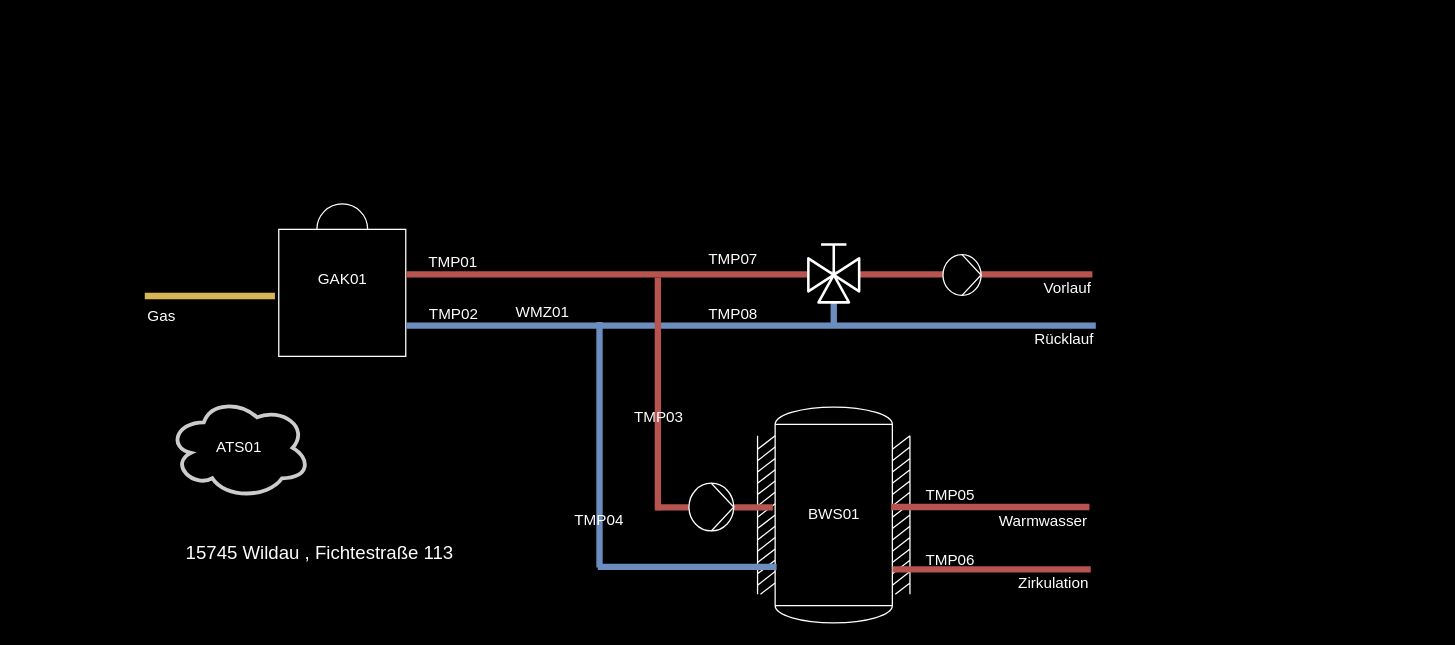
drrolandwerner/drawio keeps this draw.io diagram as TSM-0135-09020.drawio. Above is the earlier version. Source tidied: cells renumbered, new cells numbered last; positions are measured from the earlier drawing's top-left corner, leaving out a move shared by most shapes. Both pictures are drawn from the tidied source at 127%, with x=0, y=0 at pixel (141, -69).
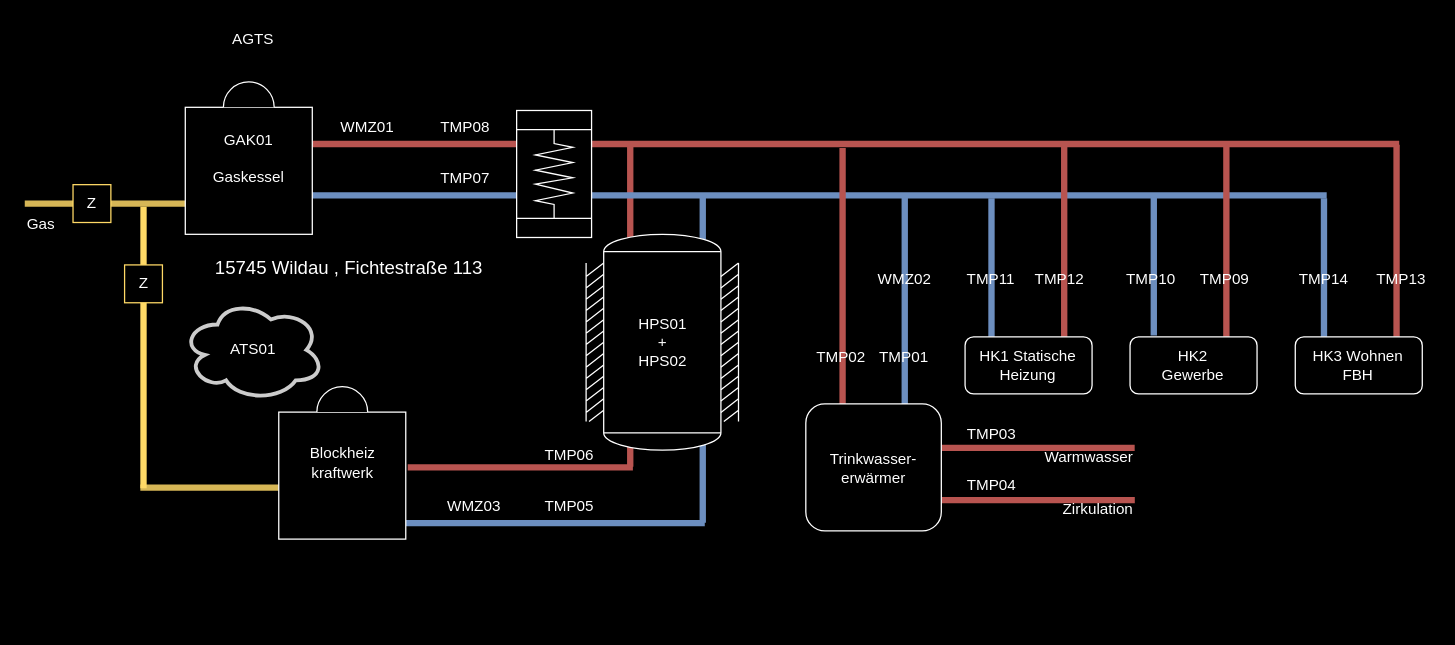
The same page after the edit.

Diff of the diagram source:
```diff
@@
-    <mxCell id="2" value="GAK01" style="verticalLabelPosition=middle;align=center;dashed=0;html=1;verticalAlign=middle;shape=mxgraph.pid.misc.boiler_(dome);labelPosition=center;fillColor=none;strokeColor=#FFFFFF;fontColor=#FFFFFF;" parent="1" vertex="1">
-      <mxGeometry x="108" y="214.1" width="100" height="120" as="geometry" />
-    </mxCell>
-    <mxCell id="3" value="Rücklauf" style="verticalLabelPosition=middle;align=right;dashed=0;html=1;verticalAlign=top;shape=mxgraph.pid.piping.flange;rotation=90;fillColor=#dae8fc;strokeColor=#6c8ebf;strokeWidth=5;horizontal=0;labelPosition=center;fontColor=#FFFFFF;" parent="1" vertex="1">
-      <mxGeometry x="477.4" y="38.4" width="5" height="542.9" as="geometry" />
-    </mxCell>
+    <mxCell id="6" value="Warmwasser" style="verticalLabelPosition=middle;align=right;dashed=0;html=1;verticalAlign=bottom;shape=mxgraph.pid.piping.flange;rotation=90;fillColor=#f8cecc;strokeColor=#b85450;strokeWidth=5;horizontal=0;labelPosition=center;fontColor=#FFFFFF;" parent="1" vertex="1">
+      <mxGeometry x="681.4" y="322.4" width="33.7" height="167.4" as="geometry" />
+    </mxCell>
+    <mxCell id="28" style="verticalLabelPosition=middle;align=right;dashed=0;html=1;verticalAlign=top;shape=mxgraph.pid.piping.flange;rotation=90;fillColor=#f8cecc;strokeColor=#b85450;strokeWidth=5;horizontal=0;labelPosition=center;fontColor=#FFFFFF;" parent="1" vertex="1">
+      <mxGeometry x="295.7" y="332.9" width="5" height="177.3" as="geometry" />
+    </mxCell>
+    <mxCell id="29" style="verticalLabelPosition=bottom;align=right;dashed=0;html=1;verticalAlign=top;shape=mxgraph.pid.piping.flange;rotation=-90;fillColor=#f8cecc;strokeColor=#b85450;strokeWidth=5;direction=south;fontColor=#FFFFFF;" parent="1" vertex="1">
+      <mxGeometry x="258.1" y="291.9" width="253.3" height="5" as="geometry" />
+    </mxCell>
+    <mxCell id="7" style="verticalLabelPosition=bottom;align=right;dashed=0;html=1;verticalAlign=top;shape=mxgraph.pid.piping.flange;rotation=-90;fillColor=#dae8fc;strokeColor=#6c8ebf;strokeWidth=5;direction=south;fontColor=#FFFFFF;" parent="1" vertex="1">
+      <mxGeometry x="312.7" y="333.4" width="258.3" height="5" as="geometry" />
+    </mxCell>
+    <mxCell id="19" style="verticalLabelPosition=middle;align=right;dashed=0;html=1;verticalAlign=bottom;shape=mxgraph.pid.piping.flange;rotation=90;fillColor=#dae8fc;strokeColor=#6c8ebf;strokeWidth=5;horizontal=0;labelPosition=center;fontColor=#FFFFFF;" parent="1" vertex="1">
+      <mxGeometry x="323.3" y="347.8" width="5" height="235.3" as="geometry" />
+    </mxCell>
+    <mxCell id="21" style="verticalLabelPosition=bottom;align=center;dashed=0;html=1;verticalAlign=top;shape=mxgraph.pid.piping.flange;rotation=0;fillColor=#dae8fc;strokeColor=#6c8ebf;strokeWidth=5;fontColor=#FFFFFF;" parent="1" vertex="1">
+      <mxGeometry x="598.4" y="205.6" width="5" height="182.4" as="geometry" />
+    </mxCell>
+    <mxCell id="30" style="verticalLabelPosition=middle;align=right;dashed=0;html=1;verticalAlign=top;shape=mxgraph.pid.piping.flange;rotation=90;fillColor=#dae8fc;strokeColor=#6c8ebf;strokeWidth=5;horizontal=0;labelPosition=center;fontColor=#FFFFFF;" parent="1" vertex="1">
+      <mxGeometry x="528" y="-195.3" width="5" height="805.3" as="geometry" />
+    </mxCell>
     <mxCell id="4" value="Gas" style="verticalLabelPosition=bottom;align=left;dashed=0;html=1;verticalAlign=top;shape=mxgraph.pid.piping.flange;strokeWidth=5;direction=south;fillColor=#fff2cc;strokeColor=#d6b656;fontColor=#FFFFFF;" parent="1" vertex="1">
-      <mxGeometry x="2.5" y="284.1" width="102.5" height="5" as="geometry" />
+      <mxGeometry x="-92" y="211.3" width="130.5" height="5" as="geometry" />
     </mxCell>
     <mxCell id="5" value="ATS01" style="ellipse;shape=cloud;whiteSpace=wrap;html=1;strokeWidth=3;strokeColor=#CCCCCC;fillColor=none;fontColor=#FFFFFF;" parent="1" vertex="1">
-      <mxGeometry x="21" y="366.1" width="111.9" height="80" as="geometry" />
+      <mxGeometry x="31.8" y="289" width="111.9" height="80" as="geometry" />
     </mxCell>
-    <mxCell id="6" value="Vorlauf&lt;br&gt;" style="verticalLabelPosition=middle;align=right;dashed=0;html=1;verticalAlign=top;shape=mxgraph.pid.piping.flange;rotation=90;fillColor=#f8cecc;strokeColor=#b85450;strokeWidth=5;horizontal=0;labelPosition=center;fontColor=#FFFFFF;" parent="1" vertex="1">
-      <mxGeometry x="476.1" y="-0.5" width="5" height="540.1" as="geometry" />
-    </mxCell>
-    <mxCell id="7" style="verticalLabelPosition=bottom;align=right;dashed=0;html=1;verticalAlign=top;shape=mxgraph.pid.piping.flange;rotation=-90;fillColor=#dae8fc;strokeColor=#6c8ebf;strokeWidth=5;direction=south;fontColor=#FFFFFF;" parent="1" vertex="1">
-      <mxGeometry x="263.9" y="401.2" width="193.3" height="5" as="geometry" />
-    </mxCell>
-    <mxCell id="8" value="WMZ01" style="rounded=0;whiteSpace=wrap;html=1;strokeWidth=1;strokeColor=none;fillColor=none;verticalAlign=top;fontColor=#FFFFFF;" parent="1" vertex="1">
-      <mxGeometry x="281" y="286.1" width="70.2" height="40" as="geometry" />
-    </mxCell>
-    <mxCell id="9" value="TMP04" style="rounded=0;whiteSpace=wrap;html=1;strokeWidth=1;strokeColor=none;fillColor=none;verticalAlign=top;fontColor=#FFFFFF;" parent="1" vertex="1">
-      <mxGeometry x="335.8" y="449.2" width="49.4" height="40" as="geometry" />
-    </mxCell>
+    <mxCell id="17" style="verticalLabelPosition=middle;align=right;dashed=0;html=1;verticalAlign=bottom;shape=mxgraph.pid.piping.flange;rotation=90;fillColor=#f8cecc;strokeColor=#b85450;strokeWidth=5;labelPosition=center;horizontal=0;fontColor=#FFFFFF;" parent="1" vertex="1">
+      <mxGeometry x="557.9" y="-263" width="5" height="859.7" as="geometry" />
+    </mxCell>
+    <mxCell id="12" value="HPS01&lt;br&gt;+&lt;br&gt;HPS02" style="shape=mxgraph.pid.vessels.vessel_(dished_ends,_thermal_insulation);html=1;align=center;verticalLabelPosition=middle;verticalAlign=middle;dashed=0;labelPosition=center;strokeColor=#FFFFFF;fontColor=#FFFFFF;fillColor=#000000;" parent="1" vertex="1">
+      <mxGeometry x="350" y="238" width="120" height="170" as="geometry" />
+    </mxCell>
+    <mxCell id="18" style="verticalLabelPosition=bottom;align=right;dashed=0;html=1;verticalAlign=top;shape=mxgraph.pid.piping.flange;rotation=-90;fillColor=#f8cecc;strokeColor=#b85450;strokeWidth=5;direction=south;fontColor=#FFFFFF;" parent="1" vertex="1">
+      <mxGeometry x="426.7" y="292.7" width="250.5" height="5" as="geometry" />
+    </mxCell>
+    <mxCell id="31" style="edgeStyle=orthogonalEdgeStyle;rounded=0;orthogonalLoop=1;jettySize=auto;html=1;fontColor=#FFFFFF;" parent="1" edge="1">
+      <mxGeometry relative="1" as="geometry">
+        <mxPoint x="749.4" y="99" as="sourcePoint" />
+        <mxPoint x="749.4" y="99.7" as="targetPoint" />
+      </mxGeometry>
+    </mxCell>
     <mxCell id="10" value="TMP01" style="rounded=0;whiteSpace=wrap;html=1;strokeWidth=1;strokeColor=none;fillColor=none;verticalAlign=top;fontColor=#FFFFFF;" parent="1" vertex="1">
-      <mxGeometry x="221" y="246.4" width="49.4" height="40" as="geometry" />
+      <mxGeometry x="576.2" y="321.2" width="49.4" height="40" as="geometry" />
     </mxCell>
     <mxCell id="11" value="TMP02" style="rounded=0;whiteSpace=wrap;html=1;strokeWidth=1;strokeColor=none;fillColor=none;verticalAlign=top;fontColor=#FFFFFF;" parent="1" vertex="1">
-      <mxGeometry x="221" y="286.6" width="50" height="40" as="geometry" />
+      <mxGeometry x="526.2" y="321.2" width="50" height="40" as="geometry" />
     </mxCell>
-    <mxCell id="12" value="BWS01" style="shape=mxgraph.pid.vessels.vessel_(dished_ends,_thermal_insulation);html=1;align=center;verticalLabelPosition=middle;verticalAlign=middle;dashed=0;labelPosition=center;fillColor=none;strokeColor=#FFFFFF;fontColor=#FFFFFF;" parent="1" vertex="1">
-      <mxGeometry x="485" y="374" width="120" height="170" as="geometry" />
-    </mxCell>
-    <mxCell id="13" value="Warmwasser" style="verticalLabelPosition=middle;align=right;dashed=0;html=1;verticalAlign=top;shape=mxgraph.pid.piping.flange;rotation=90;fillColor=#f8cecc;strokeColor=#b85450;strokeWidth=5;labelPosition=center;horizontal=0;fontColor=#FFFFFF;" parent="1" vertex="1">
-      <mxGeometry x="665.8" y="374.7" width="5" height="156.1" as="geometry" />
-    </mxCell>
+    <mxCell id="27" value="&lt;font&gt;&lt;span style=&quot;font-family: calibri, sans-serif; font-size: 14.6667px;&quot;&gt;15745 Wildau&lt;/span&gt;&lt;span style=&quot;font-family: &amp;quot;calibri&amp;quot; , sans-serif ; font-size: 14.6667px&quot;&gt;&amp;nbsp;,&amp;nbsp;&lt;/span&gt;&lt;/font&gt;&lt;span style=&quot;font-family: calibri, sans-serif; font-size: 14.6667px;&quot;&gt;Fichtestraße 113&lt;/span&gt;" style="text;html=1;strokeColor=none;fillColor=none;align=center;verticalAlign=middle;whiteSpace=wrap;rounded=0;fontColor=#FFFFFF;" parent="1" vertex="1">
+      <mxGeometry x="23" y="251.3" width="281.2" height="27" as="geometry" />
+    </mxCell>
+    <mxCell id="32" style="shape=mxgraph.pid.heat_exchangers.heat_exchanger_(coil_tubes);html=1;align=center;verticalLabelPosition=bottom;verticalAlign=top;dashed=0;rotation=90;strokeColor=#FFFFFF;fillColor=#000000;" parent="1" vertex="1">
+      <mxGeometry x="274.8" y="161" width="100" height="59" as="geometry" />
+    </mxCell>
+    <mxCell id="2" value="GAK01&lt;br&gt;&lt;br&gt;Gaskessel" style="verticalLabelPosition=middle;align=center;dashed=0;html=1;verticalAlign=middle;shape=mxgraph.pid.misc.boiler_(dome);labelPosition=center;strokeColor=#FFFFFF;fontColor=#FFFFFF;fillColor=#000000;" parent="1" vertex="1">
+      <mxGeometry x="34.4" y="118" width="100" height="120" as="geometry" />
+    </mxCell>
+    <mxCell id="33" style="verticalLabelPosition=bottom;align=left;dashed=0;html=1;verticalAlign=top;shape=mxgraph.pid.piping.flange;strokeWidth=5;direction=south;fillColor=#fff2cc;strokeColor=#d6b656;fontColor=#FFFFFF;" parent="1" vertex="1">
+      <mxGeometry x="-1" y="435" width="113.5" height="5" as="geometry" />
+    </mxCell>
+    <mxCell id="34" value="Blockheiz&lt;br&gt;kraftwerk" style="verticalLabelPosition=middle;align=center;dashed=0;html=1;verticalAlign=middle;shape=mxgraph.pid.misc.boiler_(dome);labelPosition=center;strokeColor=#FFFFFF;fontColor=#FFFFFF;fillColor=#000000;" parent="1" vertex="1">
+      <mxGeometry x="108" y="358" width="100" height="120" as="geometry" />
+    </mxCell>
+    <mxCell id="35" style="verticalLabelPosition=bottom;align=right;dashed=0;html=1;verticalAlign=top;shape=mxgraph.pid.piping.flange;rotation=-90;fillColor=#dae8fc;strokeColor=#6c8ebf;strokeWidth=5;direction=south;fontColor=#FFFFFF;" parent="1" vertex="1">
+      <mxGeometry x="614.2" y="262.2" width="110" height="5" as="geometry" />
+    </mxCell>
+    <mxCell id="36" style="verticalLabelPosition=bottom;align=right;dashed=0;html=1;verticalAlign=top;shape=mxgraph.pid.piping.flange;rotation=-90;fillColor=#f8cecc;strokeColor=#b85450;strokeWidth=5;direction=south;fontColor=#FFFFFF;" parent="1" vertex="1">
+      <mxGeometry x="776.1" y="241" width="156.1" height="5" as="geometry" />
+    </mxCell>
+    <mxCell id="37" style="verticalLabelPosition=bottom;align=right;dashed=0;html=1;verticalAlign=top;shape=mxgraph.pid.piping.flange;rotation=-90;fillColor=#dae8fc;strokeColor=#6c8ebf;strokeWidth=5;direction=south;fontColor=#FFFFFF;" parent="1" vertex="1">
+      <mxGeometry x="742" y="260.2" width="110" height="5" as="geometry" />
+    </mxCell>
+    <mxCell id="38" style="verticalLabelPosition=bottom;align=right;dashed=0;html=1;verticalAlign=top;shape=mxgraph.pid.piping.flange;rotation=-90;fillColor=#f8cecc;strokeColor=#b85450;strokeWidth=5;direction=south;fontColor=#FFFFFF;" parent="1" vertex="1">
+      <mxGeometry x="910.1" y="243" width="156.1" height="5" as="geometry" />
+    </mxCell>
+    <mxCell id="39" style="verticalLabelPosition=bottom;align=right;dashed=0;html=1;verticalAlign=top;shape=mxgraph.pid.piping.flange;rotation=-90;fillColor=#dae8fc;strokeColor=#6c8ebf;strokeWidth=5;direction=south;fontColor=#FFFFFF;" parent="1" vertex="1">
+      <mxGeometry x="876" y="262.2" width="110" height="5" as="geometry" />
+    </mxCell>
+    <mxCell id="40" style="verticalLabelPosition=bottom;align=right;dashed=0;html=1;verticalAlign=top;shape=mxgraph.pid.piping.flange;rotation=-90;fillColor=#f8cecc;strokeColor=#b85450;strokeWidth=5;direction=south;fontColor=#FFFFFF;" parent="1" vertex="1">
+      <mxGeometry x="648.4" y="243" width="156.1" height="5" as="geometry" />
+    </mxCell>
+    <mxCell id="41" value="HK1 Statische Heizung" style="rounded=1;whiteSpace=wrap;html=1;strokeColor=#FFFFFF;rotation=0;fontColor=#FFFFFF;fillColor=#000000;" parent="1" vertex="1">
+      <mxGeometry x="648.4" y="318.7" width="100" height="45" as="geometry" />
+    </mxCell>
+    <mxCell id="42" value="HK2&lt;br&gt;Gewerbe" style="rounded=1;whiteSpace=wrap;html=1;strokeColor=#FFFFFF;rotation=0;fontColor=#FFFFFF;fillColor=#000000;" parent="1" vertex="1">
+      <mxGeometry x="778.3" y="318.7" width="100" height="45" as="geometry" />
+    </mxCell>
+    <mxCell id="43" value="HK3 Wohnen&lt;br&gt;FBH" style="rounded=1;whiteSpace=wrap;html=1;strokeColor=#FFFFFF;rotation=0;fontColor=#FFFFFF;fillColor=#000000;" parent="1" vertex="1">
+      <mxGeometry x="908.4" y="318.7" width="100" height="45" as="geometry" />
+    </mxCell>
-    <mxCell id="14" value="Zirkulation" style="verticalLabelPosition=middle;align=right;dashed=0;html=1;verticalAlign=top;shape=mxgraph.pid.piping.flange;rotation=90;fillColor=#f8cecc;strokeColor=#b85450;strokeWidth=5;labelPosition=center;horizontal=0;fontColor=#FFFFFF;" parent="1" vertex="1">
-      <mxGeometry x="666.8" y="423.8" width="5" height="156.1" as="geometry" />
+    <mxCell id="14" value="Zirkulation" style="verticalLabelPosition=middle;align=right;dashed=0;html=1;verticalAlign=bottom;shape=mxgraph.pid.piping.flange;rotation=90;fillColor=#f8cecc;strokeColor=#b85450;strokeWidth=5;horizontal=0;labelPosition=center;fontColor=#FFFFFF;" parent="1" vertex="1">
+      <mxGeometry x="681.5" y="363.6" width="33.7" height="167.4" as="geometry" />
     </mxCell>
+    <mxCell id="44" value="Trinkwasser-erwärmer" style="rounded=1;whiteSpace=wrap;html=1;strokeColor=#FFFFFF;rotation=0;fontColor=#FFFFFF;fillColor=#000000;" parent="1" vertex="1">
+      <mxGeometry x="523" y="371.6" width="106.7" height="100" as="geometry" />
+    </mxCell>
+    <mxCell id="45" value="TMP09" style="rounded=0;whiteSpace=wrap;html=1;strokeWidth=1;strokeColor=none;fillColor=none;verticalAlign=top;fontColor=#FFFFFF;" parent="1" vertex="1">
+      <mxGeometry x="828.3" y="260.2" width="50" height="40" as="geometry" />
+    </mxCell>
+    <mxCell id="46" value="TMP11" style="rounded=0;whiteSpace=wrap;html=1;strokeWidth=1;strokeColor=none;fillColor=none;verticalAlign=top;fontColor=#FFFFFF;" parent="1" vertex="1">
+      <mxGeometry x="643.9" y="260.2" width="50" height="40" as="geometry" />
+    </mxCell>
+    <mxCell id="47" value="TMP13" style="rounded=0;whiteSpace=wrap;html=1;strokeWidth=1;strokeColor=none;fillColor=none;verticalAlign=top;fontColor=#FFFFFF;" parent="1" vertex="1">
+      <mxGeometry x="967" y="260.2" width="50" height="40" as="geometry" />
+    </mxCell>
+    <mxCell id="48" value="TMP10" style="rounded=0;whiteSpace=wrap;html=1;strokeWidth=1;strokeColor=none;fillColor=none;verticalAlign=top;fontColor=#FFFFFF;" parent="1" vertex="1">
+      <mxGeometry x="770" y="260.2" width="50" height="40" as="geometry" />
+    </mxCell>
+    <mxCell id="49" value="TMP12" style="rounded=0;whiteSpace=wrap;html=1;strokeWidth=1;strokeColor=none;fillColor=none;verticalAlign=top;fontColor=#FFFFFF;" parent="1" vertex="1">
+      <mxGeometry x="698.4" y="260.2" width="50" height="40" as="geometry" />
+    </mxCell>
+    <mxCell id="50" value="TMP14" style="rounded=0;whiteSpace=wrap;html=1;strokeWidth=1;strokeColor=none;fillColor=none;verticalAlign=top;fontColor=#FFFFFF;" parent="1" vertex="1">
+      <mxGeometry x="906" y="260.2" width="50" height="40" as="geometry" />
+    </mxCell>
+    <mxCell id="51" value="WMZ02" style="rounded=0;whiteSpace=wrap;html=1;strokeWidth=1;strokeColor=none;fillColor=none;verticalAlign=top;fontColor=#FFFFFF;rotation=0;" parent="1" vertex="1">
+      <mxGeometry x="565.8" y="260.2" width="70.2" height="40" as="geometry" />
+    </mxCell>
+    <mxCell id="9" value="TMP04" style="rounded=0;whiteSpace=wrap;html=1;strokeWidth=1;strokeColor=none;fillColor=none;verticalAlign=top;fontColor=#FFFFFF;" parent="1" vertex="1">
+      <mxGeometry x="644.5" y="422" width="49.4" height="40" as="geometry" />
+    </mxCell>
+    <mxCell id="20" value="TMP03" style="rounded=0;whiteSpace=wrap;html=1;strokeWidth=1;strokeColor=none;fillColor=none;verticalAlign=top;fontColor=#FFFFFF;" parent="1" vertex="1">
+      <mxGeometry x="644.5" y="382" width="49.4" height="40" as="geometry" />
+    </mxCell>
+    <mxCell id="8" value="WMZ03" style="rounded=0;whiteSpace=wrap;html=1;strokeWidth=1;strokeColor=none;fillColor=none;verticalAlign=top;fontColor=#FFFFFF;rotation=0;" parent="1" vertex="1">
+      <mxGeometry x="227.2" y="438" width="70.2" height="40" as="geometry" />
+    </mxCell>
     <mxCell id="15" value="TMP05" style="rounded=0;whiteSpace=wrap;html=1;strokeWidth=1;strokeColor=none;fillColor=none;verticalAlign=top;fontColor=#FFFFFF;" parent="1" vertex="1">
-      <mxGeometry x="612.6" y="429.5" width="48.4" height="40" as="geometry" />
+      <mxGeometry x="312.7" y="438" width="48.4" height="40" as="geometry" />
     </mxCell>
     <mxCell id="16" value="TMP06" style="rounded=0;whiteSpace=wrap;html=1;strokeWidth=1;strokeColor=none;fillColor=none;verticalAlign=top;fontColor=#FFFFFF;" parent="1" vertex="1">
-      <mxGeometry x="612.6" y="480.6" width="48.4" height="40" as="geometry" />
+      <mxGeometry x="312.7" y="398" width="48.4" height="40" as="geometry" />
     </mxCell>
-    <mxCell id="17" style="verticalLabelPosition=middle;align=right;dashed=0;html=1;verticalAlign=bottom;shape=mxgraph.pid.piping.flange;rotation=90;fillColor=#f8cecc;strokeColor=#b85450;strokeWidth=5;labelPosition=center;horizontal=0;fontColor=#FFFFFF;" parent="1" vertex="1">
-      <mxGeometry x="448.3" y="406.8" width="5" height="92.5" as="geometry" />
-    </mxCell>
-    <mxCell id="18" style="verticalLabelPosition=bottom;align=right;dashed=0;html=1;verticalAlign=top;shape=mxgraph.pid.piping.flange;rotation=-90;fillColor=#f8cecc;strokeColor=#b85450;strokeWidth=5;direction=south;fontColor=#FFFFFF;" parent="1" vertex="1">
-      <mxGeometry x="314.9" y="361.1" width="183.2" height="5" as="geometry" />
-    </mxCell>
-    <mxCell id="19" style="verticalLabelPosition=middle;align=right;dashed=0;html=1;verticalAlign=bottom;shape=mxgraph.pid.piping.flange;rotation=90;fillColor=#dae8fc;strokeColor=#6c8ebf;strokeWidth=5;horizontal=0;labelPosition=center;fontColor=#FFFFFF;" parent="1" vertex="1">
-      <mxGeometry x="427.1" y="429.5" width="5" height="140.8" as="geometry" />
-    </mxCell>
-    <mxCell id="20" value="TMP03" style="rounded=0;whiteSpace=wrap;html=1;strokeWidth=1;strokeColor=none;fillColor=none;verticalAlign=top;fontColor=#FFFFFF;" parent="1" vertex="1">
-      <mxGeometry x="382.7" y="368.1" width="49.4" height="40" as="geometry" />
-    </mxCell>
-    <mxCell id="21" style="verticalLabelPosition=bottom;align=center;dashed=0;html=1;verticalAlign=top;shape=mxgraph.pid.piping.flange;rotation=0;fillColor=#dae8fc;strokeColor=#6c8ebf;strokeWidth=5;fontColor=#FFFFFF;" parent="1" vertex="1">
-      <mxGeometry x="542.5" y="274" width="5" height="37.6" as="geometry" />
-    </mxCell>
-    <mxCell id="22" style="verticalLabelPosition=bottom;align=center;html=1;verticalAlign=top;dashed=0;shape=mxgraph.pid2valves.valve;valveType=threeWay;actuator=man;strokeWidth=2;rotation=0;strokeColor=#FFFFFF;fillColor=#000000;fontColor=#FFFFFF;" parent="1" vertex="1">
-      <mxGeometry x="525" y="239.6" width="40" height="52" as="geometry" />
-    </mxCell>
     <mxCell id="23" value="TMP07" style="rounded=0;whiteSpace=wrap;html=1;strokeWidth=1;strokeColor=none;fillColor=none;verticalAlign=top;fontColor=#FFFFFF;" parent="1" vertex="1">
-      <mxGeometry x="441" y="244" width="50" height="40" as="geometry" />
+      <mxGeometry x="230" y="180" width="50" height="40" as="geometry" />
     </mxCell>
     <mxCell id="24" value="TMP08" style="rounded=0;whiteSpace=wrap;html=1;strokeWidth=1;strokeColor=none;fillColor=none;verticalAlign=top;fontColor=#FFFFFF;" parent="1" vertex="1">
-      <mxGeometry x="441" y="286.6" width="50" height="40" as="geometry" />
+      <mxGeometry x="230" y="140" width="50" height="40" as="geometry" />
     </mxCell>
-    <mxCell id="25" style="shape=mxgraph.pid.pumps_-_iso.pump_(liquid);html=1;align=center;verticalLabelPosition=bottom;verticalAlign=top;dashed=0;strokeColor=#FFFFFF;fillColor=#000000;fontColor=#FFFFFF;" parent="1" vertex="1">
-      <mxGeometry x="631" y="254" width="30" height="32.1" as="geometry" />
-    </mxCell>
-    <mxCell id="26" style="shape=mxgraph.pid.pumps_-_iso.pump_(liquid);html=1;align=center;verticalLabelPosition=bottom;verticalAlign=top;dashed=0;strokeColor=#FFFFFF;fillColor=#000000;fontColor=#FFFFFF;" parent="1" vertex="1">
-      <mxGeometry x="431" y="434" width="35.2" height="37.6" as="geometry" />
-    </mxCell>
-    <mxCell id="27" value="&lt;font&gt;&lt;span style=&quot;font-family: calibri, sans-serif; font-size: 14.6667px;&quot;&gt;15745 Wildau&lt;/span&gt;&lt;span style=&quot;font-family: &amp;quot;calibri&amp;quot; , sans-serif ; font-size: 14.6667px&quot;&gt;&amp;nbsp;,&amp;nbsp;&lt;/span&gt;&lt;/font&gt;&lt;span style=&quot;font-family: calibri, sans-serif; font-size: 14.6667px;&quot;&gt;Fichtestraße 113&lt;/span&gt;" style="text;html=1;strokeColor=none;fillColor=none;align=center;verticalAlign=middle;whiteSpace=wrap;rounded=0;fontColor=#FFFFFF;" parent="1" vertex="1">
-      <mxGeometry x="-0.2" y="475" width="281.2" height="27" as="geometry" />
-    </mxCell>
+    <mxCell id="52" value="WMZ01" style="rounded=0;whiteSpace=wrap;html=1;strokeWidth=1;strokeColor=none;fillColor=none;verticalAlign=top;fontColor=#FFFFFF;rotation=0;" parent="1" vertex="1">
+      <mxGeometry x="142.8" y="140" width="70.2" height="40" as="geometry" />
+    </mxCell>
+    <mxCell id="53" style="verticalLabelPosition=bottom;align=center;dashed=0;html=1;verticalAlign=top;shape=mxgraph.pid.piping.flange;rotation=0;fillColor=#dae8fc;strokeWidth=5;fontColor=#FFFFFF;strokeColor=#FFD966;" parent="1" vertex="1">
+      <mxGeometry x="-1" y="216.3" width="5" height="221.7" as="geometry" />
+    </mxCell>
+    <mxCell id="54" value="AGTS" style="rounded=0;whiteSpace=wrap;html=1;strokeWidth=1;strokeColor=none;fillColor=none;verticalAlign=top;fontColor=#FFFFFF;" parent="1" vertex="1">
+      <mxGeometry x="63.6" y="71" width="48.4" height="40" as="geometry" />
+    </mxCell>
+    <mxCell id="55" value="Z" style="whiteSpace=wrap;html=1;strokeColor=#FFD966;fillColor=#000000;fontColor=#FFFFFF;" parent="1" vertex="1">
+      <mxGeometry x="-54" y="198.9" width="29.8" height="29.8" as="geometry" />
+    </mxCell>
+    <mxCell id="56" value="Z" style="whiteSpace=wrap;html=1;strokeColor=#FFD966;fillColor=#000000;fontColor=#FFFFFF;" parent="1" vertex="1">
+      <mxGeometry x="-13.4" y="262.1" width="29.8" height="29.8" as="geometry" />
+    </mxCell>
```
